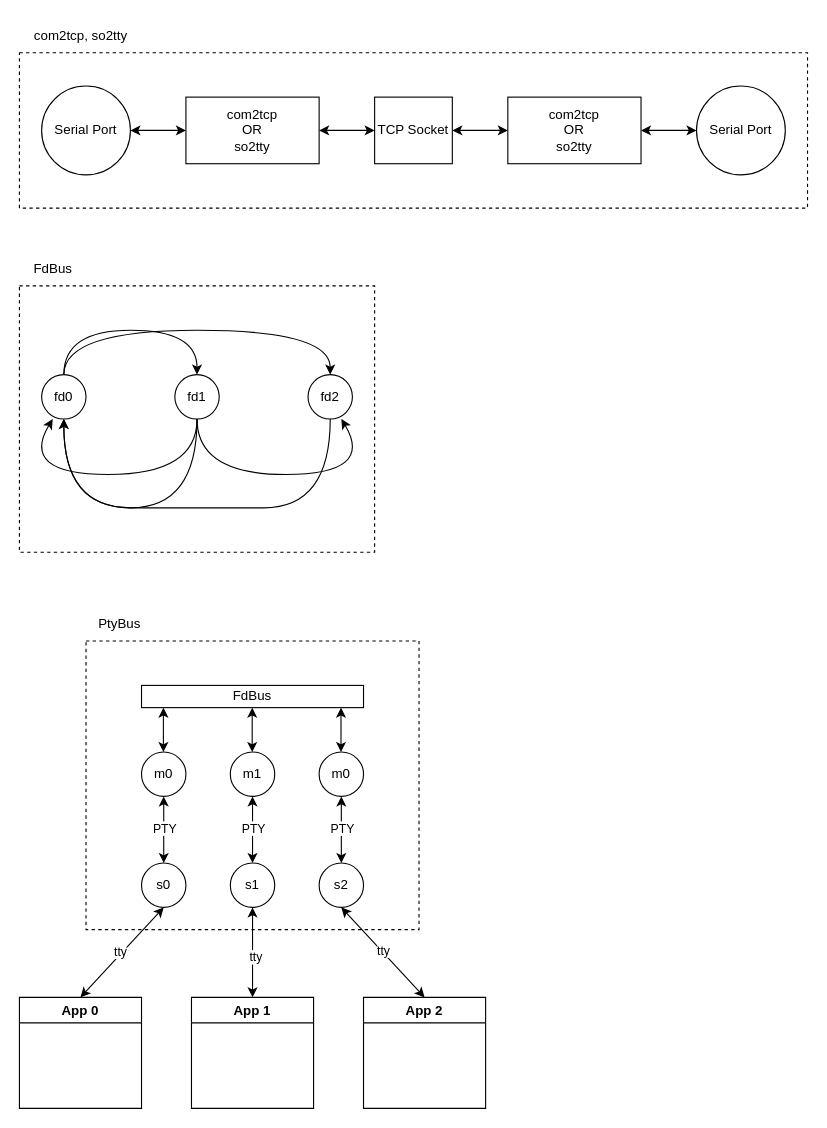
The draw.io diagram python-ttybus.drawio in faisal-shah/python-ttybus, before the edit. Source tidied: cells renumbered, new cells numbered last; positions are measured from the earlier drawing's top-left corner, leaving out a move shared by most shapes. Both pictures are drawn from the tidied source at 111%, with x=0, y=0 at pixel (19, 19).
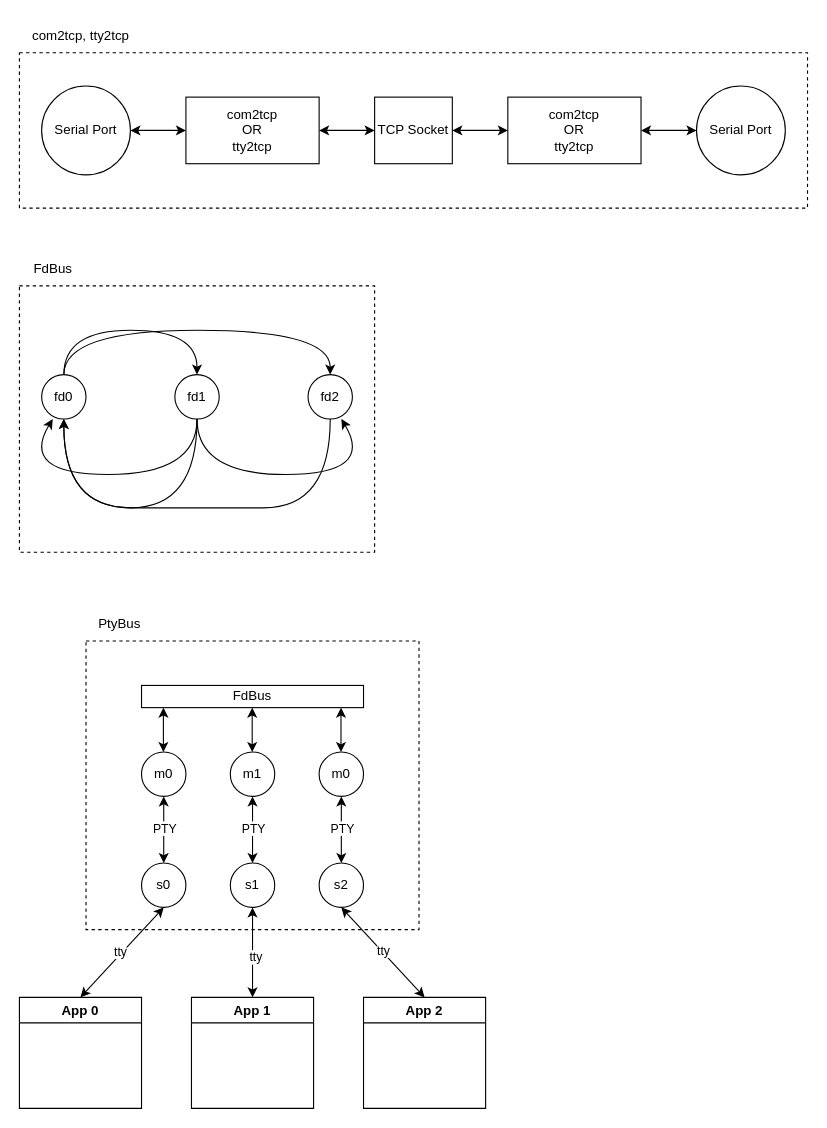
The same diagram, later.

Diff of the diagram source:
```diff
@@
-    <mxCell id="43" value="com2tcp&lt;br&gt;OR&lt;br&gt;so2tty" style="rounded=0;whiteSpace=wrap;html=1;" parent="1" vertex="1">
+    <mxCell id="43" value="com2tcp&lt;br&gt;OR&lt;br&gt;tty2tcp" style="rounded=0;whiteSpace=wrap;html=1;" parent="1" vertex="1">
       <mxGeometry x="150" y="70" width="120" height="60" as="geometry" />
     </mxCell>
@@
-    <mxCell id="46" value="com2tcp&lt;br&gt;OR&lt;br&gt;so2tty" style="rounded=0;whiteSpace=wrap;html=1;" parent="1" vertex="1">
+    <mxCell id="46" value="com2tcp&lt;br&gt;OR&lt;br&gt;tty2tcp" style="rounded=0;whiteSpace=wrap;html=1;" parent="1" vertex="1">
       <mxGeometry x="440" y="70" width="120" height="60" as="geometry" />
     </mxCell>
@@
-    <mxCell id="51" value="com2tcp, so2tty" style="text;html=1;align=center;verticalAlign=middle;strokeColor=none;fillColor=none;" parent="1" vertex="1">
+    <mxCell id="51" value="com2tcp, tty2tcp" style="text;html=1;align=center;verticalAlign=middle;strokeColor=none;fillColor=none;" parent="1" vertex="1">
       <mxGeometry width="110" height="30" as="geometry" />
     </mxCell>
```
